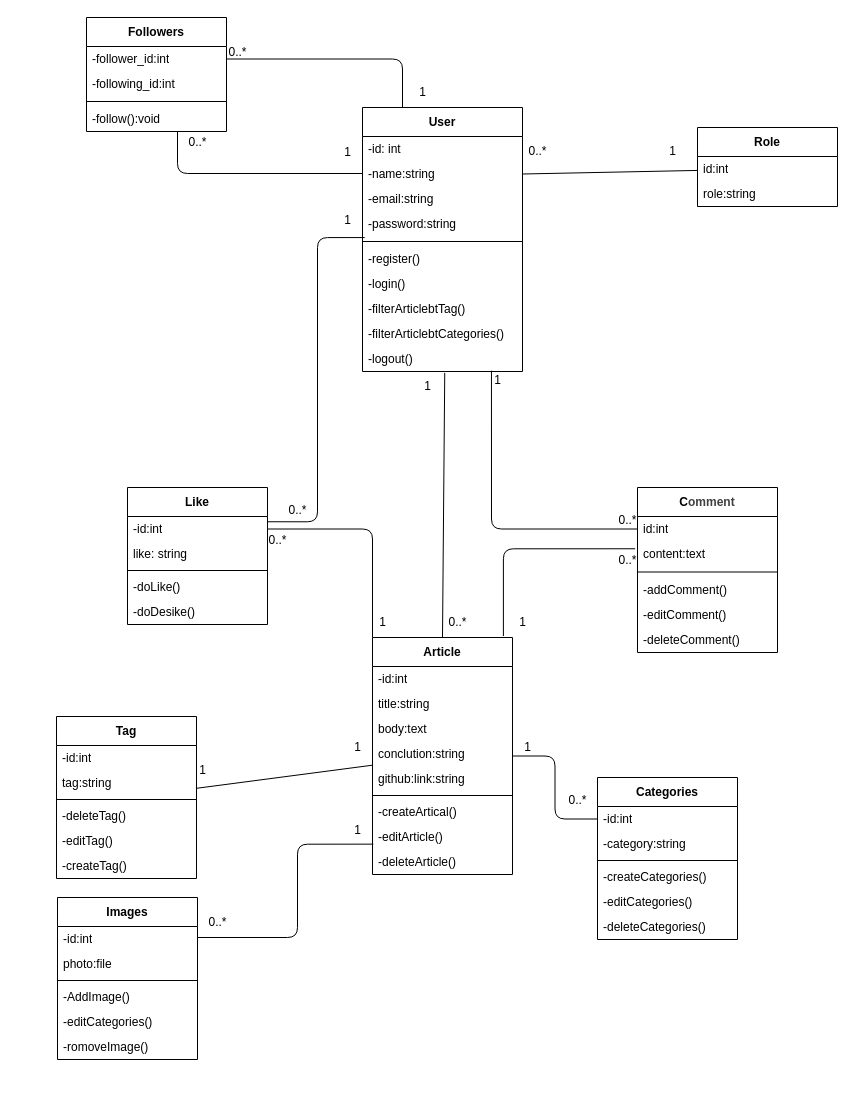
Before: diagrams/class-diagram.drawio in Rajix24/OOPLink, a draw.io diagram. Source tidied: cells renumbered, new cells numbered last; positions are measured from the earlier drawing's top-left corner, leaving out a move shared by most shapes. Both pictures are drawn from the tidied source at 100%, with x=0, y=0 at pixel (56, 17).
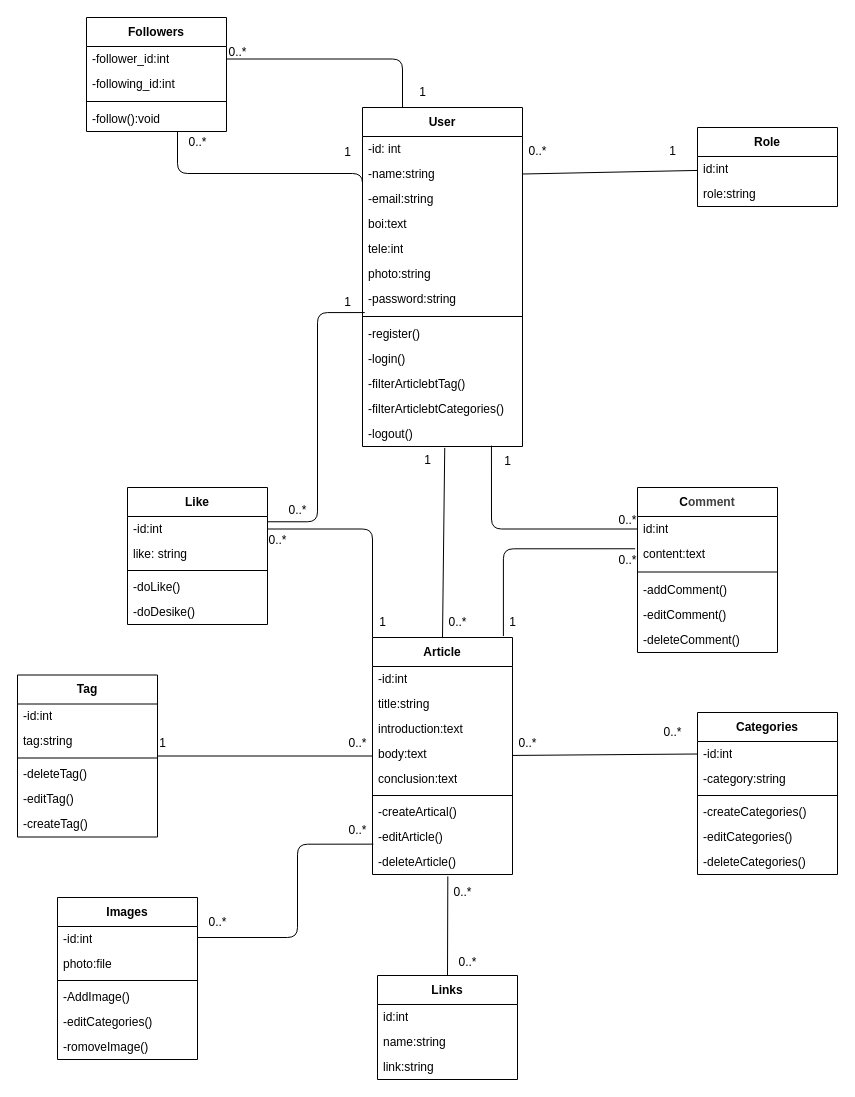
After the change.

The change refers to these unchanged cells:
```xml
<mxCell id="17" value="Article" style="swimlane;fontStyle=1;align=center;verticalAlign=middle;horizontal=1;startSize=29;html=1;whiteSpace=wrap;" parent="1" vertex="1">
  <mxGeometry x="316" y="620" width="140" height="237" as="geometry" />
</mxCell>
<mxCell id="26" value="-deleteArticle()" style="text;html=1;strokeColor=none;fillColor=none;align=left;verticalAlign=middle;spacingLeft=4;spacingRight=4;overflow=hidden;points=[[0,0.5],[1,0.5]];portConstraint=eastwest;whiteSpace=wrap;" parent="17" vertex="1">
  <mxGeometry y="212" width="140" height="25" as="geometry" />
</mxCell>
<mxCell id="27" value="Like" style="swimlane;fontStyle=1;align=center;verticalAlign=middle;horizontal=1;startSize=29;html=1;whiteSpace=wrap;" parent="1" vertex="1">
  <mxGeometry x="71" y="470" width="140" height="137" as="geometry" />
</mxCell>
<mxCell id="50" value="-id:int" style="text;html=1;strokeColor=none;fillColor=none;align=left;verticalAlign=middle;spacingLeft=4;spacingRight=4;overflow=hidden;points=[[0,0.5],[1,0.5]];portConstraint=eastwest;whiteSpace=wrap;" parent="49" vertex="1">
  <mxGeometry y="29" width="140" height="25" as="geometry" />
</mxCell>
```

The edit, as a diff of the source:
```diff
@@
     <mxCell id="3" value="User" style="swimlane;fontStyle=1;align=center;verticalAlign=middle;horizontal=1;startSize=29;html=1;whiteSpace=wrap;" parent="1" vertex="1">
-      <mxGeometry x="306" y="90" width="160" height="264" as="geometry" />
+      <mxGeometry x="306" y="90" width="160" height="339" as="geometry" />
     </mxCell>
@@
+    <mxCell id="98" value="boi:text" style="text;html=1;strokeColor=none;fillColor=none;align=left;verticalAlign=middle;spacingLeft=4;spacingRight=4;overflow=hidden;whiteSpace=wrap;" parent="3" vertex="1">
+      <mxGeometry y="104" width="160" height="25" as="geometry" />
+    </mxCell>
+    <mxCell id="99" value="tele:int" style="text;html=1;strokeColor=none;fillColor=none;align=left;verticalAlign=middle;spacingLeft=4;spacingRight=4;overflow=hidden;whiteSpace=wrap;" parent="3" vertex="1">
+      <mxGeometry y="129" width="160" height="25" as="geometry" />
+    </mxCell>
+    <mxCell id="100" value="photo:string" style="text;html=1;strokeColor=none;fillColor=none;align=left;verticalAlign=middle;spacingLeft=4;spacingRight=4;overflow=hidden;whiteSpace=wrap;" parent="3" vertex="1">
+      <mxGeometry y="154" width="160" height="25" as="geometry" />
+    </mxCell>
     <mxCell id="7" value="-password:string" style="text;html=1;strokeColor=none;fillColor=none;align=left;verticalAlign=middle;spacingLeft=4;spacingRight=4;overflow=hidden;points=[[0,0.5],[1,0.5]];portConstraint=eastwest;whiteSpace=wrap;" parent="3" vertex="1">
-      <mxGeometry y="104" width="160" height="25" as="geometry" />
+      <mxGeometry y="179" width="160" height="25" as="geometry" />
     </mxCell>
     <mxCell id="8" style="line;strokeWidth=1;fillColor=none;align=left;verticalAlign=middle;spacingTop=-1;spacingLeft=3;spacingRight=3;labelPosition=right;strokeColor=inherit;" parent="3" vertex="1">
-      <mxGeometry y="129" width="160" height="10" as="geometry" />
+      <mxGeometry y="204" width="160" height="10" as="geometry" />
     </mxCell>
     <mxCell id="9" value="-register()" style="text;html=1;strokeColor=none;fillColor=none;align=left;verticalAlign=middle;spacingLeft=4;spacingRight=4;overflow=hidden;whiteSpace=wrap;" parent="3" vertex="1">
-      <mxGeometry y="139" width="160" height="25" as="geometry" />
+      <mxGeometry y="214" width="160" height="25" as="geometry" />
     </mxCell>
     <mxCell id="10" value="-login()" style="text;html=1;strokeColor=none;fillColor=none;align=left;verticalAlign=middle;spacingLeft=4;spacingRight=4;overflow=hidden;whiteSpace=wrap;" parent="3" vertex="1">
-      <mxGeometry y="164" width="160" height="25" as="geometry" />
+      <mxGeometry y="239" width="160" height="25" as="geometry" />
     </mxCell>
     <mxCell id="11" value="-filterArticlebtTag()" style="text;html=1;strokeColor=none;fillColor=none;align=left;verticalAlign=middle;spacingLeft=4;spacingRight=4;overflow=hidden;whiteSpace=wrap;" parent="3" vertex="1">
-      <mxGeometry y="189" width="160" height="25" as="geometry" />
+      <mxGeometry y="264" width="160" height="25" as="geometry" />
     </mxCell>
     <mxCell id="12" value="-filterArticlebtCategories()" style="text;html=1;strokeColor=none;fillColor=none;align=left;verticalAlign=middle;spacingLeft=4;spacingRight=4;overflow=hidden;whiteSpace=wrap;" parent="3" vertex="1">
-      <mxGeometry y="214" width="160" height="25" as="geometry" />
+      <mxGeometry y="289" width="160" height="25" as="geometry" />
     </mxCell>
     <mxCell id="13" value="-logout()" style="text;html=1;strokeColor=none;fillColor=none;align=left;verticalAlign=middle;spacingLeft=4;spacingRight=4;overflow=hidden;points=[[0,0.5],[1,0.5]];portConstraint=eastwest;whiteSpace=wrap;" parent="3" vertex="1">
-      <mxGeometry y="239" width="160" height="25" as="geometry" />
+      <mxGeometry y="314" width="160" height="25" as="geometry" />
     </mxCell>
-    <mxCell id="14" style="html=1;entryX=0;entryY=0.5;entryDx=0;entryDy=0;endArrow=none;endFill=0;edgeStyle=orthogonalEdgeStyle;" parent="1" edge="1" source="17" target="50">
+    <mxCell id="14" style="html=1;entryX=0;entryY=0.5;entryDx=0;entryDy=0;endArrow=none;endFill=0;" parent="1" edge="1" source="17" target="50">
       <mxGeometry relative="1" as="geometry" />
     </mxCell>
@@
+    <mxCell id="101" value="introduction:text" style="text;html=1;strokeColor=none;fillColor=none;align=left;verticalAlign=middle;spacingLeft=4;spacingRight=4;overflow=hidden;whiteSpace=wrap;" parent="17" vertex="1">
+      <mxGeometry y="79" width="140" height="25" as="geometry" />
+    </mxCell>
     <mxCell id="20" value="body:text" style="text;html=1;strokeColor=none;fillColor=none;align=left;verticalAlign=middle;spacingLeft=4;spacingRight=4;overflow=hidden;whiteSpace=wrap;" parent="17" vertex="1">
-      <mxGeometry y="79" width="140" height="25" as="geometry" />
+      <mxGeometry y="104" width="140" height="25" as="geometry" />
     </mxCell>
-    <mxCell id="21" value="conclution:string" style="text;html=1;strokeColor=none;fillColor=none;align=left;verticalAlign=middle;spacingLeft=4;spacingRight=4;overflow=hidden;whiteSpace=wrap;" parent="17" vertex="1">
-      <mxGeometry y="104" width="140" height="25" as="geometry" />
+    <mxCell id="21" value="conclusion:text" style="text;html=1;strokeColor=none;fillColor=none;align=left;verticalAlign=middle;spacingLeft=4;spacingRight=4;overflow=hidden;whiteSpace=wrap;" parent="17" vertex="1">
+      <mxGeometry y="129" width="140" height="25" as="geometry" />
     </mxCell>
-    <mxCell id="22" value="github:link:string" style="text;html=1;strokeColor=none;fillColor=none;align=left;verticalAlign=middle;spacingLeft=4;spacingRight=4;overflow=hidden;whiteSpace=wrap;" parent="17" vertex="1">
-      <mxGeometry y="129" width="140" height="25" as="geometry" />
-    </mxCell>
@@
     <mxCell id="49" value="Categories" style="swimlane;fontStyle=1;align=center;verticalAlign=middle;horizontal=1;startSize=29;html=1;whiteSpace=wrap;" parent="1" vertex="1">
-      <mxGeometry x="541" y="760" width="140" height="162" as="geometry" />
+      <mxGeometry x="641" y="695" width="140" height="162" as="geometry" />
     </mxCell>
@@
     <mxCell id="63" value="Tag" style="swimlane;fontStyle=1;align=center;verticalAlign=middle;horizontal=1;startSize=29;html=1;whiteSpace=wrap;" parent="1" vertex="1">
-      <mxGeometry y="699" width="140" height="162" as="geometry" />
+      <mxGeometry x="-39" y="657.5" width="140" height="162" as="geometry" />
     </mxCell>
@@
     <mxCell id="73" style="edgeStyle=orthogonalEdgeStyle;html=1;exitX=1;exitY=0.25;exitDx=0;exitDy=0;entryX=0.014;entryY=1.043;entryDx=0;entryDy=0;entryPerimeter=0;endArrow=none;endFill=0;" parent="1" edge="1" source="27" target="7">
       <mxGeometry relative="1" as="geometry">
         <Array as="points">
           <mxPoint x="261" y="504" />
-          <mxPoint x="261" y="220" />
+          <mxPoint x="261" y="295" />
         </Array>
       </mxGeometry>
     </mxCell>
@@
     <mxCell id="85" value="1" style="text;html=1;align=center;verticalAlign=middle;strokeColor=none;fillColor=none;" parent="1" vertex="1">
-      <mxGeometry x="131" y="738" width="30" height="30" as="geometry" />
+      <mxGeometry x="91" y="711" width="30" height="30" as="geometry" />
     </mxCell>
-    <mxCell id="86" value="1" style="text;html=1;align=center;verticalAlign=middle;strokeColor=none;fillColor=none;" parent="1" vertex="1">
-      <mxGeometry x="286" y="798" width="30" height="30" as="geometry" />
+    <mxCell id="86" value="0..*" style="text;html=1;align=center;verticalAlign=middle;strokeColor=none;fillColor=none;" parent="1" vertex="1">
+      <mxGeometry x="281" y="798" width="40" height="30" as="geometry" />
     </mxCell>
@@
     <mxCell id="88" value="1" style="text;html=1;align=center;verticalAlign=middle;strokeColor=none;fillColor=none;" parent="1" vertex="1">
-      <mxGeometry x="451" y="590" width="30" height="30" as="geometry" />
+      <mxGeometry x="441" y="590" width="30" height="30" as="geometry" />
     </mxCell>
-    <mxCell id="89" value="1" style="text;html=1;align=center;verticalAlign=middle;strokeColor=none;fillColor=none;" parent="1" vertex="1">
-      <mxGeometry x="456" y="715" width="30" height="30" as="geometry" />
+    <mxCell id="89" value="0..*" style="text;html=1;align=center;verticalAlign=middle;strokeColor=none;fillColor=none;" parent="1" vertex="1">
+      <mxGeometry x="451" y="711" width="40" height="30" as="geometry" />
     </mxCell>
-    <mxCell id="90" value="1" style="text;html=1;align=center;verticalAlign=middle;strokeColor=none;fillColor=none;" parent="1" vertex="1">
-      <mxGeometry x="286" y="715" width="30" height="30" as="geometry" />
+    <mxCell id="90" value="0..*" style="text;html=1;align=center;verticalAlign=middle;strokeColor=none;fillColor=none;" parent="1" vertex="1">
+      <mxGeometry x="281" y="711" width="40" height="30" as="geometry" />
     </mxCell>
@@
-    <mxCell id="93" value="1" style="text;html=1;align=center;verticalAlign=middle;strokeColor=none;fillColor=none;" parent="1" vertex="1">
-      <mxGeometry x="356" y="354" width="30" height="30" as="geometry" />
-    </mxCell>
@@
     <mxCell id="95" value="0..*" style="text;html=1;align=center;verticalAlign=middle;strokeColor=none;fillColor=none;" parent="1" vertex="1">
-      <mxGeometry x="501" y="768" width="40" height="30" as="geometry" />
+      <mxGeometry x="596" y="700" width="40" height="30" as="geometry" />
     </mxCell>
     <mxCell id="96" value="1" style="text;html=1;align=center;verticalAlign=middle;strokeColor=none;fillColor=none;" parent="1" vertex="1">
-      <mxGeometry x="276" y="188" width="30" height="30" as="geometry" />
+      <mxGeometry x="276" y="270" width="30" height="30" as="geometry" />
     </mxCell>
     <mxCell id="97" value="1" style="text;html=1;align=center;verticalAlign=middle;strokeColor=none;fillColor=none;" parent="1" vertex="1">
-      <mxGeometry x="426" y="348" width="30" height="30" as="geometry" />
+      <mxGeometry x="436" y="429" width="30" height="30" as="geometry" />
     </mxCell>
+    <mxCell id="102" value="Links" style="swimlane;fontStyle=1;align=center;verticalAlign=middle;horizontal=1;startSize=29;html=1;whiteSpace=wrap;" parent="1" vertex="1">
+      <mxGeometry x="321" y="958" width="140" height="104" as="geometry" />
+    </mxCell>
+    <mxCell id="103" value="id:int" style="text;html=1;strokeColor=none;fillColor=none;align=left;verticalAlign=middle;spacingLeft=4;spacingRight=4;overflow=hidden;whiteSpace=wrap;" parent="102" vertex="1">
+      <mxGeometry y="29" width="140" height="25" as="geometry" />
+    </mxCell>
+    <mxCell id="104" value="name:string" style="text;html=1;strokeColor=none;fillColor=none;align=left;verticalAlign=middle;spacingLeft=4;spacingRight=4;overflow=hidden;whiteSpace=wrap;" parent="102" vertex="1">
+      <mxGeometry y="54" width="140" height="25" as="geometry" />
+    </mxCell>
+    <mxCell id="105" value="link:string" style="text;html=1;strokeColor=none;fillColor=none;align=left;verticalAlign=middle;spacingLeft=4;spacingRight=4;overflow=hidden;whiteSpace=wrap;" parent="102" vertex="1">
+      <mxGeometry y="79" width="140" height="25" as="geometry" />
+    </mxCell>
+    <mxCell id="106" style="edgeStyle=none;html=1;entryX=0.538;entryY=1.076;entryDx=0;entryDy=0;entryPerimeter=0;endArrow=none;endFill=0;exitX=0.5;exitY=0;exitDx=0;exitDy=0;" parent="1" edge="1" source="102" target="26">
+      <mxGeometry relative="1" as="geometry" />
+    </mxCell>
+    <mxCell id="107" value="0..*" style="text;html=1;align=center;verticalAlign=middle;strokeColor=none;fillColor=none;" parent="1" vertex="1">
+      <mxGeometry x="386" y="860" width="40" height="30" as="geometry" />
+    </mxCell>
+    <mxCell id="108" value="0..*" style="text;html=1;align=center;verticalAlign=middle;strokeColor=none;fillColor=none;" parent="1" vertex="1">
+      <mxGeometry x="391" y="930" width="40" height="30" as="geometry" />
+    </mxCell>
+    <mxCell id="93" value="1" style="text;html=1;align=center;verticalAlign=middle;strokeColor=none;fillColor=none;" parent="1" vertex="1">
+      <mxGeometry x="356" y="428" width="30" height="30" as="geometry" />
+    </mxCell>
```
